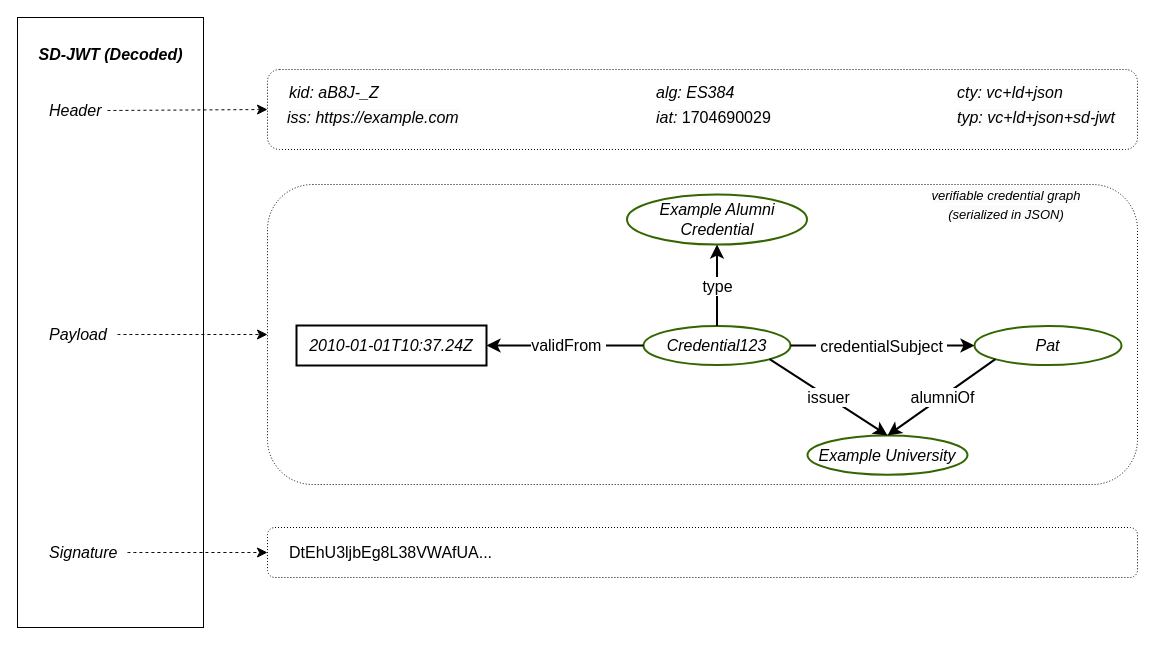
Before: diagrams/vc-jwt.drawio in w3c/vc-data-model, a draw.io diagram. Source tidied: cells renumbered, new cells numbered last; positions are measured from the earlier drawing's top-left corner, leaving out a move shared by most shapes. Both pictures are drawn from the tidied source at 100%, with x=0, y=0 at pixel (17, 17).
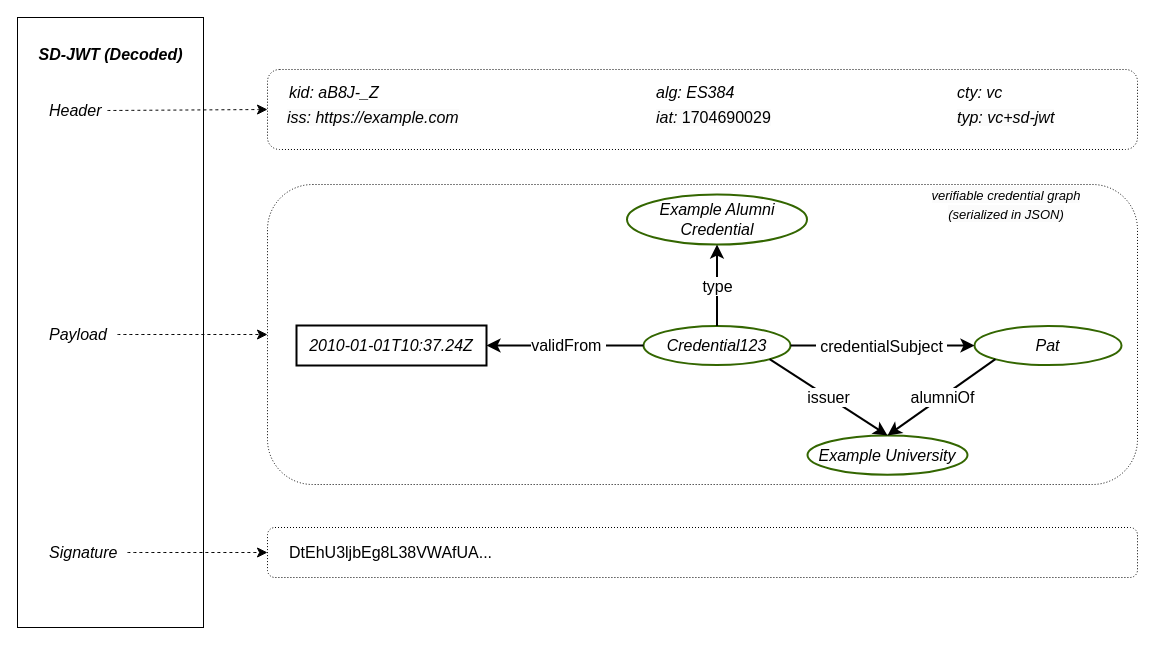
The same page after the edit.

Commit message (it also covers changes not shown here):
Remove "+ld+json" from media type text in diagrams.

Unchanged cells that the change refers to:
```xml
<mxCell id="42" style="group;" parent="34" vertex="1">
  <mxGeometry x="688" y="8" width="190" height="64" as="geometry" />
</mxCell>
```

Diff of the diagram source:
```diff
@@
-    <mxCell id="43" value="&lt;i&gt;cty: vc+ld+json&lt;/i&gt;" style="text;strokeColor=none;fillColor=none;html=1;align=left;verticalAlign=middle;whiteSpace=wrap;rounded=0;fontSize=16;" parent="42" vertex="1">
+    <mxCell id="43" value="&lt;i&gt;cty: vc&lt;/i&gt;" style="text;strokeColor=none;fillColor=none;html=1;align=left;verticalAlign=middle;whiteSpace=wrap;rounded=0;fontSize=16;" parent="42" vertex="1">
       <mxGeometry width="160" height="30" as="geometry" />
     </mxCell>
-    <mxCell id="44" value="&lt;i style=&quot;border-color: var(--border-color); color: rgb(0, 0, 0); font-family: Helvetica; font-size: 16px; font-variant-ligatures: normal; font-variant-caps: normal; font-weight: 400; letter-spacing: normal; orphans: 2; text-align: left; text-indent: 0px; text-transform: none; widows: 2; word-spacing: 0px; -webkit-text-stroke-width: 0px; background-color: rgb(251, 251, 251); text-decoration-thickness: initial; text-decoration-style: initial; text-decoration-color: initial;&quot;&gt;typ: vc+ld+json+sd-jwt&lt;/i&gt;" style="text;whiteSpace=wrap;html=1;fontSize=16;" parent="42" vertex="1">
+    <mxCell id="44" value="&lt;i style=&quot;border-color: var(--border-color); color: rgb(0, 0, 0); font-family: Helvetica; font-size: 16px; font-variant-ligatures: normal; font-variant-caps: normal; font-weight: 400; letter-spacing: normal; orphans: 2; text-align: left; text-indent: 0px; text-transform: none; widows: 2; word-spacing: 0px; -webkit-text-stroke-width: 0px; background-color: rgb(251, 251, 251); text-decoration-thickness: initial; text-decoration-style: initial; text-decoration-color: initial;&quot;&gt;typ: vc+sd-jwt&lt;/i&gt;" style="text;whiteSpace=wrap;html=1;fontSize=16;" parent="42" vertex="1">
       <mxGeometry y="24" width="190" height="40" as="geometry" />
     </mxCell>
```
